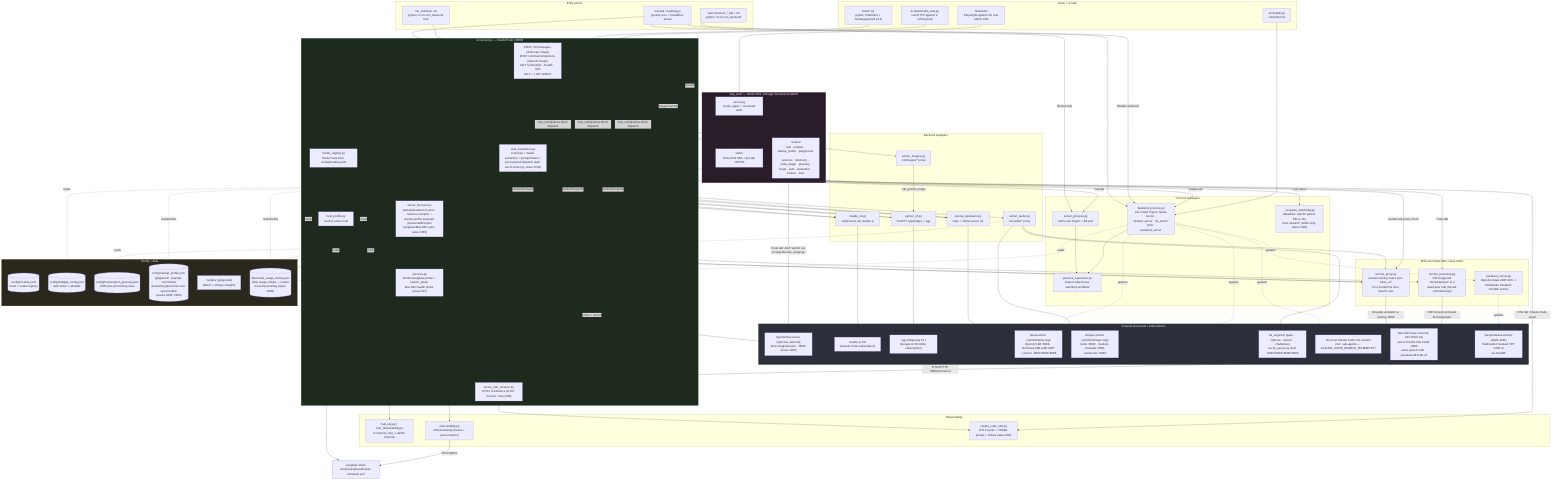
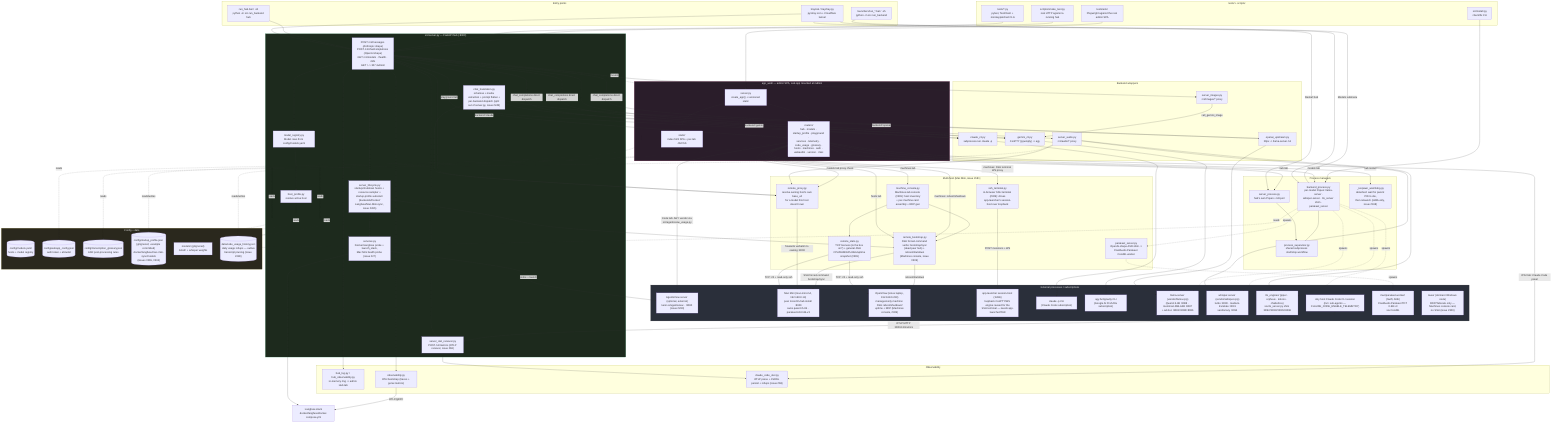
%% docs/architecture.mmd — local-llm-hub's own internal structure.
%% Hand-authored, not generated — companion to the fleet-wide convention in
%% ferraroroberto/fleet-config#256 (see that repo's own docs/architecture.mmd
%% for the reference dogfood). This is deliberately smaller than
%% docs/project-structure.md's three detailed diagrams (component/module/
%% sequence) — it's the one-glance map; project-structure.md stays the deep
%% reference. Update this diagram in the same PR as any material structural
%% change (a backend added/removed, a router moved, a process manager
%% relocated) — same anti-staleness contract as this repo's own `.fleet.toml`
%% `description` field.

flowchart TB
  subgraph entry["Entry points"]
    TRAY["tray.bat / tray/tray.py\npystray icon + Cloudflare tunnel"]
    RUNHUB["run_hub.bat / .sh\npython -m src.run_backend hub"]
    RUNMODEL["launchers/run_*.bat / .sh\npython -m src.run_backend <model_id>"]
  end

  subgraph core["src/server.py — FastAPI hub (:8000)"]
    SRV["POST /v1/messages (Anthropic shape)\nPOST /v1/chat/completions (OpenAI shape)\nGET /v1/models · /health · /info\nGET / -> 307 /admin/"]
    CHATT["chat_translation.py\nschemas + media extraction + prompt flatten +\nper-backend dispatch (split out of server.py, issue #245)"]
    LIFECYCLE["server_lifecycle.py\nstartup/shutdown hooks + resource sampler +\nstartup-profile autostart (backends/Docker/\nLangfuse/Mac-Mini-sync, issue #265)"]
    REG["model_registry.py\nModel rows from config/models.yaml"]
    HOSTP["host_profile.py\nresolve active host"]
    OTELRECV["server_otel_receiver.py\nPOST /v1/metrics (OTLP receiver, issue #68)"]
    SVC["services.py\nDocker/Langfuse probe + launch_stack,\nMac Mini health probe (issue #27)"]
  end
  TRAY --> SRV
  RUNHUB --> SRV
  SRV --> CHATT
  SRV --> LIFECYCLE
  SRV --> REG
  REG --> HOSTP
  LIFECYCLE --> SVC
  LIFECYCLE --> REMOTEBOOT
  SVC --> LANGFUSE
  SVC -->|probe + launch| AGENTSVIEW

  subgraph routing["Backend wrappers"]
    CLAUDECLI["claude_cli.py\nsubprocess.run claude -p"]
    GEMINICLI["gemini_cli.py\nConPTY (pywinpty) -> agy"]
    OAIUP["openai_upstream.py\nhttpx -> llama-server /v1"]
    AUDIOR["server_audio.py\n/v1/audio/* proxy"]
    IMAGESR["server_images.py\n/v1/images/* proxy"]
  end
  CHATT -->|backend=claude| CLAUDECLI
  CHATT -->|backend=gemini| GEMINICLI
  CHATT -->|backend=openai| OAIUP
  SRV -->|chat_completions direct dispatch| CLAUDECLI
  SRV -->|chat_completions direct dispatch| GEMINICLI
  SRV -->|chat_completions direct dispatch| OAIUP
  SRV --> AUDIOR
  SRV --> IMAGESR
  SRV --> OTELRECV
  IMAGESR -->|call_gemini_image| GEMINICLI

  subgraph multihost["Multi-host (Mac Mini, issue #181)"]
    REMOTEPROXY["remote_proxy.py\nresolve owning host's own base_url\nfor a model this host doesn't own"]
-     REMOTEBOOT["remote_bootstrap.py\nSSH-triggered bootstrap/sync of a\ndead peer hub (forced-command key)"]
+     REMOTEBOOT["remote_bootstrap.py\nSSH forced-command verbs: bootstrap/sync\n(dead peer hub) + reboot/shutdown\n(Machines console, issue #309)"]
+     MACHINECON["machine_console.py\nMachines-tab console (#309): host inventory\n+ per-machine card assembly + RDP gen"]
+     REMOTESTATS["remote_stats.py\nTCP liveness (is the box on?) + general-SSH\nCPU/RAM/GPU/disk/uptime snapshot (#309)"]
+     SSHTERM["ssh_terminal.py\nin-browser SSH terminal (#309): drives\napp-launcher's session-host over loopback"]
    PARAKEETSRV["parakeet_server.py\nOpenAI-shape ASR shim ->\nFluidAudio Parakeet CoreML worker"]
  end
  CHATT --> REMOTEPROXY
  SRV --> REMOTEPROXY
  AUDIOR --> REMOTEPROXY
  WROUT -->|models tab proxy check| REMOTEPROXY
  WROUT -->|hosts tab| REMOTEBOOT
+   WROUT -->|machines tab| MACHINECON
+   WROUT -->|machines: reboot/shutdown| REMOTEBOOT
+   WROUT -->|machines: SSH terminal WS proxy| SSHTERM
+   MACHINECON --> REMOTEBOOT
+   MACHINECON --> REMOTESTATS
+   REMOTESTATS -->|TCP :22 + read-only ssh| MACMINI
+   REMOTESTATS -->|TCP :22 + read-only ssh| OPENCLAW
+   SSHTERM -->|POST /sessions + WS| SESSIONHOST
+   REMOTEBOOT -->|reboot/shutdown| OPENCLAW

  subgraph procmgr["Process managers"]
    SUPERVISOR["process_supervisor.py\nshared subprocess start/stop workflow"]
    SERVPROC["server_process.py\nhub's own Popen + kill-port"]
    BACKPROC["backend_process.py\nper-model Popen: llama-server ·\nwhisper-server · tts_server shim ·\nparakeet_server"]
    WATCHDOG["_respawn_watchdog.py\ndetached: wait for parent PID to die,\nthen relaunch (stdlib-only, issue #198)"]
  end
  RUNMODEL --> BACKPROC
  TRAY -->|Models submenu| BACKPROC
  TRAY -->|Restart hub| SERVPROC
  SERVPROC --> SUPERVISOR
  BACKPROC --> SUPERVISOR
  BACKPROC -.spawns.-> PARAKEETSRV

  subgraph ext["External processes / subscriptions"]
    CLAUDEBIN["claude -p CLI\n(Claude Code subscription)"]
    AGYBIN["agy Antigravity CLI\n(Google AI Pro/Ultra subscription)"]
    LLAMA["llama-server (vendor/llama.cpp)\nQwen3.5-4B :8088 · Gemma4-26B-A4B :8087\n+ ad-hoc :8081/:8082/:8086"]
    WHISPER["whisper-server (vendor/whisper.cpp)\nturbo :8090 · medium-translate :8091\nvanilla lazy :8094"]
    TTS["tts_engines/ (piper · orpheus · kokoro · chatterbox)\nvia tts_server.py shim :8092/:8093/:8095/:8096"]
    CCHOST["Any host Claude Code CLI session\n(incl. sub-agents — CLAUDE_CODE_ENABLE_TELEMETRY)"]
    MACMINI["Mac Mini (mac-mini-m4, 192.168.0.14)\npeer local-llm-hub install :8000\nowns qwen3.5-9b · parakeet-tdt-0.6b-v3"]
    PARAKEETWORKER["mac/parakeet-worker/ (Swift, ANE)\nFluidAudio Parakeet TDT 0.6B v3\nvia CoreML"]
    AGENTSVIEW["AgentsView server (optional, external)\nkenn-io/agentsview · :8080 (issue #280)"]
+     SESSIONHOST["app-launcher session-host (:8446)\nloopback ConPTY/WS engine reused for the\nSSH terminal — needs app-launcher#558"]
+     OPENCLAW["OpenClaw (Linux laptop, 192.168.0.239)\nmanaged-only machine: SSH reboot/shutdown/\nuptime + RDP (Machines console, #309)"]
+     TOWER["tower (dormant Windows node)\nRDP/Tailscale only — Machines console card,\nno SSH (issue #309)"]
  end
  CLAUDECLI --> CLAUDEBIN
  GEMINICLI --> AGYBIN
  OAIUP --> LLAMA
  AUDIOR --> WHISPER
  AUDIOR --> TTS
  BACKPROC -.spawns.-> LLAMA
  BACKPROC -.spawns.-> WHISPER
  BACKPROC -.spawns.-> TTS
  CCHOST -->|OTLP/HTTP :8000/v1/metrics| OTELRECV
  REMOTEPROXY -->|forwards verbatim to owning :8000| MACMINI
  REMOTEBOOT -->|SSH forced-command bootstrap/sync| MACMINI
  PARAKEETSRV -.spawns.-> PARAKEETWORKER

  subgraph admin["app_web/ — admin SPA, sub-app mounted at /admin"]
    WSRV["server.py\ncreate_app() + versioned static"]
-     WROUT["routers/\nhub · models · startup_profile · playground ·\nservices · telemetry · code_usage · glossary ·\nhosts · auth · webauthn · version · misc"]
+     WROUT["routers/\nhub · models · startup_profile · playground ·\nservices · telemetry · code_usage · glossary ·\nhosts · machines · auth · webauthn · version · misc"]
    WSTATIC["static/\nindex.html SPA + per-tab JS/CSS"]
  end
  SRV -.mounts.-> WSRV
  WSRV --> WROUT
  WSRV --> WSTATIC
  WROUT -->|hub tab| SERVPROC
  WROUT -->|hub restart| WATCHDOG
  WROUT -->|models tab| BACKPROC
  WROUT -->|playground tab| SRV

  subgraph obs["Observability"]
    HUBLOG["hub_log.py / hub_observability.py\nin-memory ring -> admin Hub tab"]
    OTEL["observability.py\nOTel bootstrap (traces + genai metrics)"]
    CCOTEL["claude_code_otel.py\nOTLP parse + JSONL persist + rollups (issue #68)"]
  end
  SRV --> HUBLOG
  SRV --> OTEL
  OTEL -->|OTLP/gRPC| LANGFUSE["Langfuse stack\ndocker/langfuse/docker-compose.yml"]
  OTELRECV --> CCOTEL
  WROUT -->|OTel tab: Claude Code panel| CCOTEL
  WROUT -->|Code tab: AGY vendor via src/agentsview_usage.py| AGENTSVIEW

  subgraph cfg["Config + data"]
    MODELSYAML[("config/models.yaml\nhosts + model registry")]
    WEBCFG[("config/webapp_config.json\nauth token + allowlist")]
    GLOSSARY[("config/transcription_glossary.json\nASR post-processing rules")]
    STARTUPCFG[("config/startup_profile.json (gitignored; .example committed)\ndocker/langfuse/mac-mini-sync/models\n(issues #265, #304)")]
    MODELSDIR["models/ (gitignored)\nGGUF + whisper weights"]
    USAGEHIST[("data/code_usage_history.json\ndaily usage rollups — outlive\ntranscript pruning (issue #280)")]
  end
  REG -.reads.-> MODELSYAML
  HOSTP -.reads.-> MODELSYAML
  WSRV -.reads.-> WEBCFG
  AUDIOR -.reads.-> GLOSSARY
  BACKPROC -.reads.-> MODELSDIR
  REG -.reads.-> STARTUPCFG
  LIFECYCLE -.reads.-> STARTUPCFG
  WROUT -.reads/writes.-> STARTUPCFG
  WROUT -.reads/writes.-> USAGEHIST

  subgraph tests["tests/ + scripts/"]
    UNITTESTS["tests/*.py\npytest, TestClient + monkeypatched CLIs"]
    E2E["tests/e2e/\nPlaywright against the real admin SPA"]
    SMOKE["scripts/smoke_test.py\nreal HTTP against a running hub"]
    INSTALL["src/install.py\ncheck/fix CLI"]
  end
  UNITTESTS --> SRV
  E2E --> WSRV
  SMOKE --> SRV
  INSTALL --> BACKPROC

  classDef ext fill:#2a2f3a,stroke:#555,color:#eee
  classDef hub fill:#1d2a1d,stroke:#4a7,color:#eee
  classDef ui fill:#2a1d2a,stroke:#a47,color:#eee
  classDef cfgnode fill:#2a281d,stroke:#a94,color:#eee
  class ext ext
  class core hub
  class admin ui
  class cfg cfgnode
